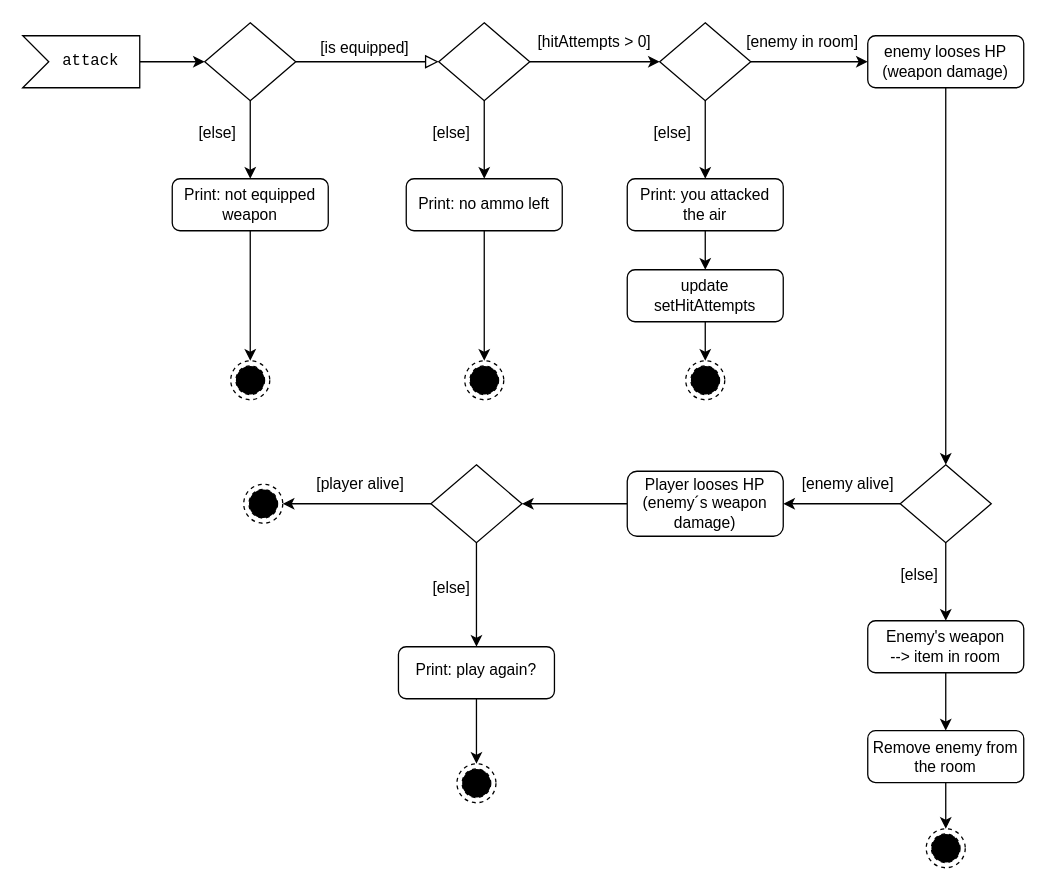
Earlier version of the draw.io diagram Activitydiagram_attack.drawio (tomm8231/adventureGame). Source tidied: cells renumbered, new cells numbered last; positions are measured from the earlier drawing's top-left corner, leaving out a move shared by most shapes. Both pictures are drawn from the tidied source at 130%, with x=0, y=0 at pixel (22, 22).
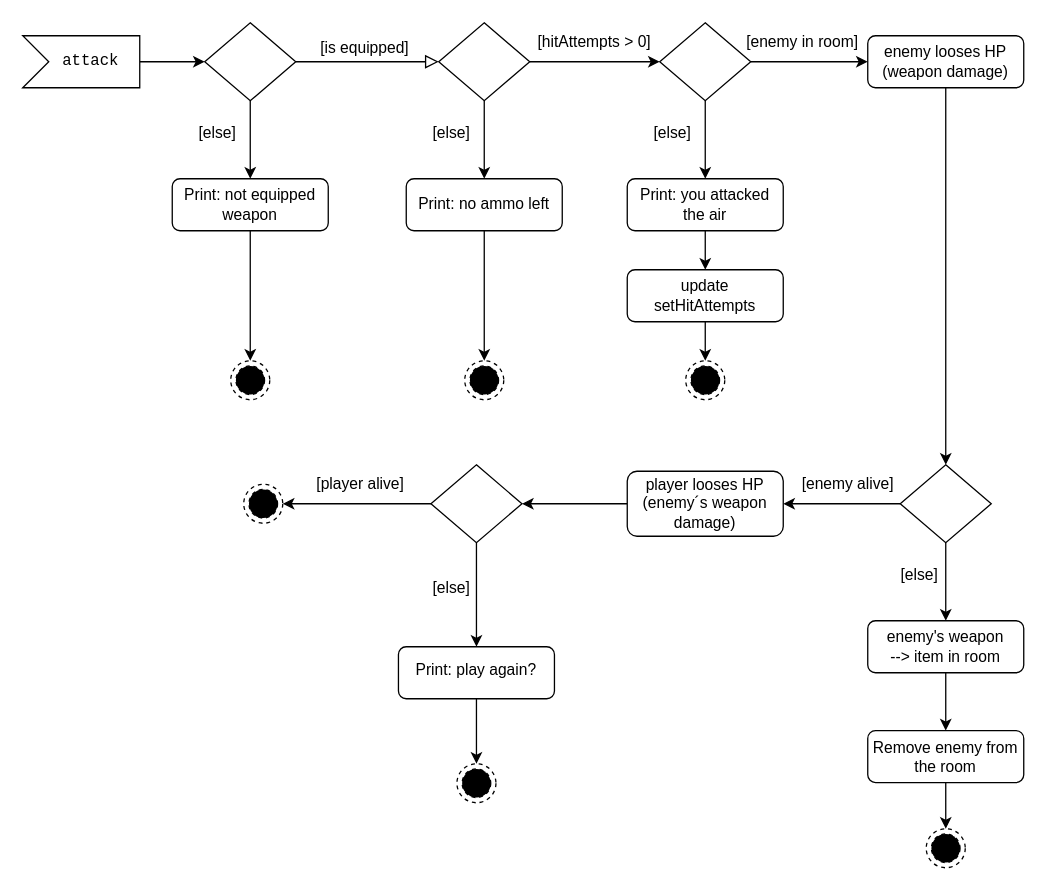
After the change.

Change to the diagram source:
```diff
@@
-    <mxCell id="36" value="Enemy's weapon&lt;br&gt;--&amp;gt; item in room" style="rounded=1;whiteSpace=wrap;html=1;fontSize=12;glass=0;strokeWidth=1;shadow=0;" parent="1" vertex="1">
+    <mxCell id="36" value="enemy's weapon&lt;br&gt;--&amp;gt; item in room" style="rounded=1;whiteSpace=wrap;html=1;fontSize=12;glass=0;strokeWidth=1;shadow=0;" parent="1" vertex="1">
       <mxGeometry x="650" y="460" width="120" height="40" as="geometry" />
     </mxCell>
@@
-    <mxCell id="38" value="Player looses HP&lt;br&gt;(enemy´s weapon damage)" style="rounded=1;whiteSpace=wrap;html=1;fontSize=12;glass=0;strokeWidth=1;shadow=0;" parent="1" vertex="1">
+    <mxCell id="38" value="player looses HP&lt;br&gt;(enemy´s weapon damage)" style="rounded=1;whiteSpace=wrap;html=1;fontSize=12;glass=0;strokeWidth=1;shadow=0;" parent="1" vertex="1">
       <mxGeometry x="465" y="345" width="120" height="50" as="geometry" />
     </mxCell>
```
